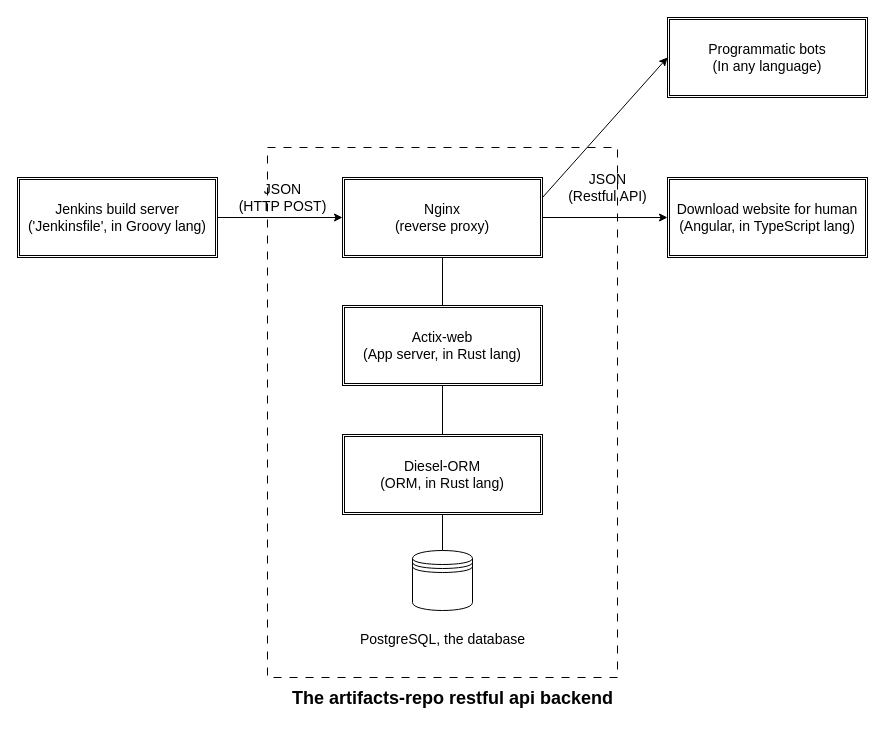
Earlier version of the draw.io diagram artifacts-repo.drawio (gnu4cn/artifacts-repo). Source tidied: cells renumbered, new cells numbered last; positions are measured from the earlier drawing's top-left corner, leaving out a move shared by most shapes. Both pictures are drawn from the tidied source at 100%, with x=0, y=0 at pixel (17, 17).
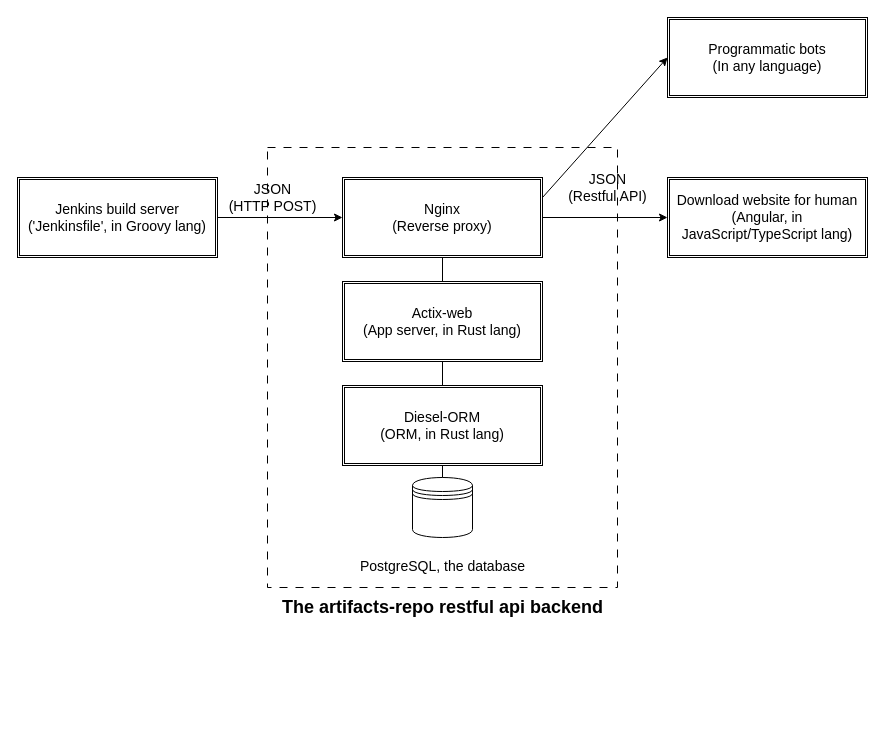
After the change.

Diff of the diagram source:
```diff
@@
     <mxCell id="2" style="shape=ext;double=0;rounded=0;whiteSpace=wrap;html=1;dashed=1;dashPattern=8 8;" parent="1" vertex="1">
-      <mxGeometry x="250" y="130" width="350" height="530" as="geometry" />
+      <mxGeometry x="250" y="130" width="350" height="440" as="geometry" />
     </mxCell>
@@
-    <mxCell id="4" value="&lt;font style=&quot;font-size: 14px;&quot;&gt;Nginx&lt;br&gt;(reverse proxy)&lt;/font&gt;" style="shape=ext;double=1;rounded=0;whiteSpace=wrap;html=1;" parent="1" vertex="1">
+    <mxCell id="4" value="&lt;font style=&quot;font-size: 14px;&quot;&gt;Nginx&lt;br&gt;(Reverse proxy)&lt;/font&gt;" style="shape=ext;double=1;rounded=0;whiteSpace=wrap;html=1;" parent="1" vertex="1">
       <mxGeometry x="325" y="160" width="200" height="80" as="geometry" />
     </mxCell>
     <mxCell id="5" value="&lt;font style=&quot;font-size: 14px;&quot;&gt;Actix-web&lt;br&gt;(App server, in Rust lang)&lt;/font&gt;" style="shape=ext;double=1;rounded=0;whiteSpace=wrap;html=1;" parent="1" vertex="1">
-      <mxGeometry x="325" y="288" width="200" height="80" as="geometry" />
+      <mxGeometry x="325" y="264" width="200" height="80" as="geometry" />
     </mxCell>
     <mxCell id="6" value="&lt;font style=&quot;font-size: 14px;&quot;&gt;Diesel-ORM&lt;br&gt;(ORM, in Rust lang)&lt;/font&gt;" style="shape=ext;double=1;rounded=0;whiteSpace=wrap;html=1;" parent="1" vertex="1">
-      <mxGeometry x="325" y="417" width="200" height="80" as="geometry" />
+      <mxGeometry x="325" y="368" width="200" height="80" as="geometry" />
     </mxCell>
     <mxCell id="7" style="group;" parent="1" vertex="1">
-      <mxGeometry x="345" y="533" width="175" height="104" as="geometry" />
+      <mxGeometry x="345" y="460" width="175" height="104" as="geometry" />
     </mxCell>
@@
     <mxCell id="14" value="&lt;font style=&quot;font-size: 14px;&quot;&gt;JSON&lt;br&gt;(HTTP POST)&lt;/font&gt;" style="text;html=1;align=center;verticalAlign=middle;strokeColor=none;fillColor=none;" parent="1" vertex="1">
-      <mxGeometry x="210" y="155" width="110" height="50" as="geometry" />
+      <mxGeometry x="200" y="155" width="110" height="50" as="geometry" />
     </mxCell>
-    <mxCell id="15" value="&lt;font style=&quot;font-size: 14px;&quot;&gt;Download website for human&lt;br&gt;(Angular, in TypeScript lang)&lt;/font&gt;" style="shape=ext;double=1;rounded=0;whiteSpace=wrap;html=1;" parent="1" vertex="1">
+    <mxCell id="15" value="&lt;font style=&quot;font-size: 14px;&quot;&gt;Download website for human&lt;br&gt;(Angular, in JavaScript/TypeScript lang)&lt;/font&gt;" style="shape=ext;double=1;rounded=0;whiteSpace=wrap;html=1;" parent="1" vertex="1">
       <mxGeometry x="650" y="160" width="200" height="80" as="geometry" />
     </mxCell>
@@
     <mxCell id="20" value="&lt;b&gt;&lt;font style=&quot;font-size: 18px;&quot;&gt;The artifacts-repo restful api backend&lt;/font&gt;&lt;/b&gt;" style="text;html=1;align=center;verticalAlign=middle;strokeColor=none;fillColor=none;" parent="1" vertex="1">
-      <mxGeometry x="265" y="661" width="340" height="40" as="geometry" />
+      <mxGeometry x="255" y="570" width="340" height="40" as="geometry" />
     </mxCell>
```
